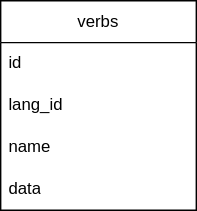
This is doc/er1.svg from Yor-Jihons/ConjMaster2, a draw.io export, as it was before one commit. Source tidied: cells renumbered, new cells last; positions are measured from the earlier drawing's top-left corner, leaving out a move shared by most shapes. Source of this version:
```xml
<mxGraphModel>
  <root>
    <mxCell id="0" />
    <mxCell id="1" parent="0" />
    <mxCell id="2" value="verbs" style="swimlane;fontStyle=0;horizontal=1;startSize=30;whiteSpace=wrap;html=1;" parent="1" vertex="1">
      <mxGeometry width="140" height="150" as="geometry" />
    </mxCell>
    <mxCell id="3" value="id" style="text;strokeColor=none;fillColor=none;align=left;verticalAlign=middle;spacingLeft=4;spacingRight=4;overflow=hidden;whiteSpace=wrap;html=1;" parent="2" vertex="1">
      <mxGeometry y="30" width="140" height="30" as="geometry" />
    </mxCell>
    <mxCell id="4" value="lang_id" style="text;strokeColor=none;fillColor=none;align=left;verticalAlign=middle;spacingLeft=4;spacingRight=4;overflow=hidden;whiteSpace=wrap;html=1;" parent="2" vertex="1">
      <mxGeometry y="60" width="140" height="30" as="geometry" />
    </mxCell>
    <mxCell id="5" value="name" style="text;strokeColor=none;fillColor=none;align=left;verticalAlign=middle;spacingLeft=4;spacingRight=4;overflow=hidden;whiteSpace=wrap;html=1;" parent="2" vertex="1">
      <mxGeometry y="90" width="140" height="30" as="geometry" />
    </mxCell>
    <mxCell id="6" value="data" style="text;strokeColor=none;fillColor=none;align=left;verticalAlign=middle;spacingLeft=4;spacingRight=4;overflow=hidden;whiteSpace=wrap;html=1;" parent="2" vertex="1">
      <mxGeometry y="120" width="140" height="30" as="geometry" />
    </mxCell>
  </root>
</mxGraphModel>
```
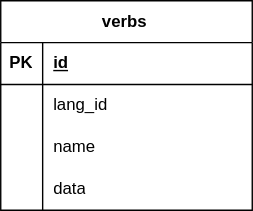
The same diagram one commit later.

The edit, as a diff of the source:
```diff
@@ -2,20 +2,44 @@
   <root>
     <mxCell id="0" />
     <mxCell id="1" parent="0" />
-    <mxCell id="2" value="verbs" style="swimlane;fontStyle=0;horizontal=1;startSize=30;whiteSpace=wrap;html=1;" parent="1" vertex="1">
-      <mxGeometry width="140" height="150" as="geometry" />
+    <mxCell id="2" value="verbs&amp;nbsp;" style="shape=table;startSize=30;rowLines=0;fontStyle=1;align=center;html=1;" parent="1" vertex="1">
+      <mxGeometry width="180" height="150" as="geometry" />
     </mxCell>
+    <mxCell id="7" style="shape=tableRow;horizontal=0;startSize=0;swimlaneHead=0;swimlaneBody=0;fillColor=none;top=0;left=0;right=0;bottom=1;" parent="2" vertex="1">
+      <mxGeometry y="30" width="180" height="30" as="geometry" />
+    </mxCell>
+    <mxCell id="8" value="PK" style="shape=partialRectangle;fillColor=none;top=0;left=0;bottom=0;right=0;fontStyle=1;overflow=hidden;whiteSpace=wrap;html=1;" parent="7" vertex="1">
+      <mxGeometry width="30" height="30" as="geometry" />
+    </mxCell>
-    <mxCell id="3" value="id" style="text;strokeColor=none;fillColor=none;align=left;verticalAlign=middle;spacingLeft=4;spacingRight=4;overflow=hidden;whiteSpace=wrap;html=1;" parent="2" vertex="1">
-      <mxGeometry y="30" width="140" height="30" as="geometry" />
+    <mxCell id="3" value="id" style="shape=partialRectangle;fillColor=none;top=0;left=0;bottom=0;right=0;align=left;spacingLeft=6;fontStyle=5;overflow=hidden;whiteSpace=wrap;html=1;" parent="7" vertex="1">
+      <mxGeometry x="30" width="150" height="30" as="geometry" />
     </mxCell>
+    <mxCell id="9" style="shape=tableRow;horizontal=0;startSize=0;swimlaneHead=0;swimlaneBody=0;fillColor=none;top=0;left=0;right=0;bottom=0;" parent="2" vertex="1">
+      <mxGeometry y="60" width="180" height="30" as="geometry" />
+    </mxCell>
+    <mxCell id="10" style="shape=partialRectangle;fillColor=none;top=0;left=0;bottom=0;right=0;overflow=hidden;whiteSpace=wrap;html=1;" parent="9" vertex="1">
+      <mxGeometry width="30" height="30" as="geometry" />
+    </mxCell>
-    <mxCell id="4" value="lang_id" style="text;strokeColor=none;fillColor=none;align=left;verticalAlign=middle;spacingLeft=4;spacingRight=4;overflow=hidden;whiteSpace=wrap;html=1;" parent="2" vertex="1">
-      <mxGeometry y="60" width="140" height="30" as="geometry" />
+    <mxCell id="4" value="lang_id" style="shape=partialRectangle;fillColor=none;top=0;left=0;bottom=0;right=0;align=left;spacingLeft=6;overflow=hidden;whiteSpace=wrap;html=1;" parent="9" vertex="1">
+      <mxGeometry x="30" width="150" height="30" as="geometry" />
     </mxCell>
+    <mxCell id="11" style="shape=tableRow;horizontal=0;startSize=0;swimlaneHead=0;swimlaneBody=0;fillColor=none;top=0;left=0;right=0;bottom=0;" parent="2" vertex="1">
+      <mxGeometry y="90" width="180" height="30" as="geometry" />
+    </mxCell>
+    <mxCell id="12" style="shape=partialRectangle;fillColor=none;top=0;left=0;bottom=0;right=0;overflow=hidden;whiteSpace=wrap;html=1;" parent="11" vertex="1">
+      <mxGeometry width="30" height="30" as="geometry" />
+    </mxCell>
-    <mxCell id="5" value="name" style="text;strokeColor=none;fillColor=none;align=left;verticalAlign=middle;spacingLeft=4;spacingRight=4;overflow=hidden;whiteSpace=wrap;html=1;" parent="2" vertex="1">
-      <mxGeometry y="90" width="140" height="30" as="geometry" />
+    <mxCell id="5" value="name" style="shape=partialRectangle;fillColor=none;top=0;left=0;bottom=0;right=0;align=left;spacingLeft=6;overflow=hidden;whiteSpace=wrap;html=1;" parent="11" vertex="1">
+      <mxGeometry x="30" width="150" height="30" as="geometry" />
     </mxCell>
+    <mxCell id="13" style="shape=tableRow;horizontal=0;startSize=0;swimlaneHead=0;swimlaneBody=0;fillColor=none;top=0;left=0;right=0;bottom=0;" parent="2" vertex="1">
+      <mxGeometry y="120" width="180" height="30" as="geometry" />
+    </mxCell>
+    <mxCell id="14" style="shape=partialRectangle;fillColor=none;top=0;left=0;bottom=0;right=0;overflow=hidden;whiteSpace=wrap;html=1;" parent="13" vertex="1">
+      <mxGeometry width="30" height="30" as="geometry" />
+    </mxCell>
-    <mxCell id="6" value="data" style="text;strokeColor=none;fillColor=none;align=left;verticalAlign=middle;spacingLeft=4;spacingRight=4;overflow=hidden;whiteSpace=wrap;html=1;" parent="2" vertex="1">
-      <mxGeometry y="120" width="140" height="30" as="geometry" />
+    <mxCell id="6" value="data" style="shape=partialRectangle;fillColor=none;top=0;left=0;bottom=0;right=0;align=left;spacingLeft=6;overflow=hidden;whiteSpace=wrap;html=1;" parent="13" vertex="1">
+      <mxGeometry x="30" width="150" height="30" as="geometry" />
     </mxCell>
   </root>
 </mxGraphModel>
```
